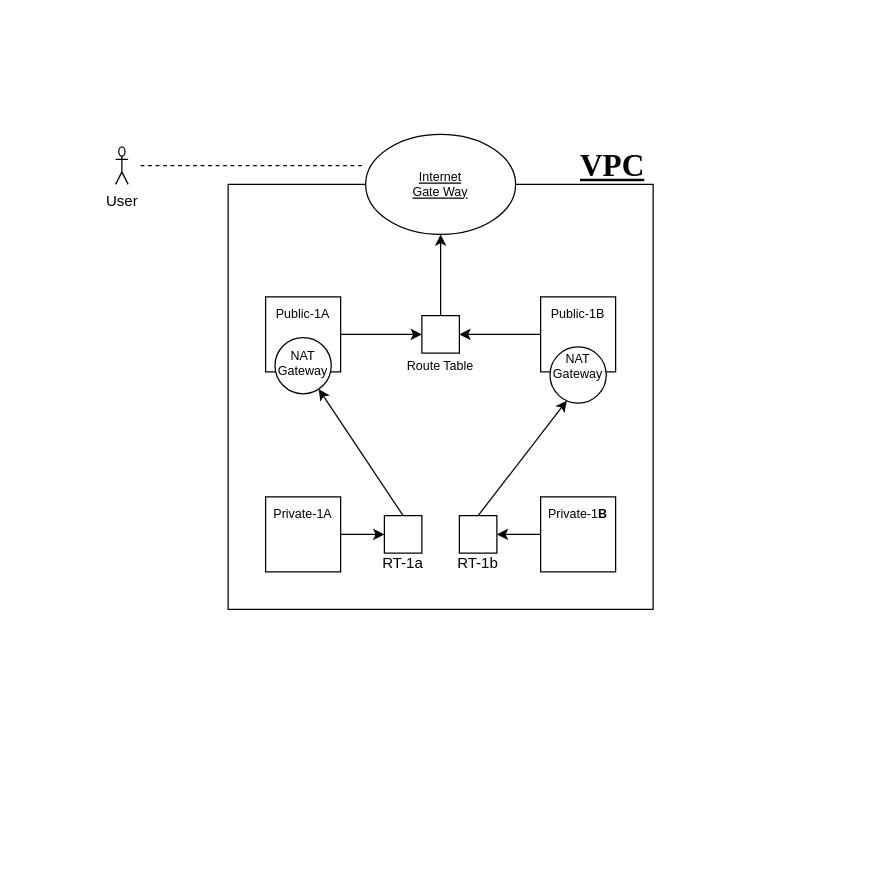
The draw.io diagram VPC Diagram.drawio in amithvardhan1997/Notes, before the edit. Source tidied: cells renumbered, new cells numbered last; positions are measured from the earlier drawing's top-left corner, leaving out a move shared by most shapes. Both pictures are drawn from the tidied source at 125%, with x=0, y=0 at pixel (115, 134).
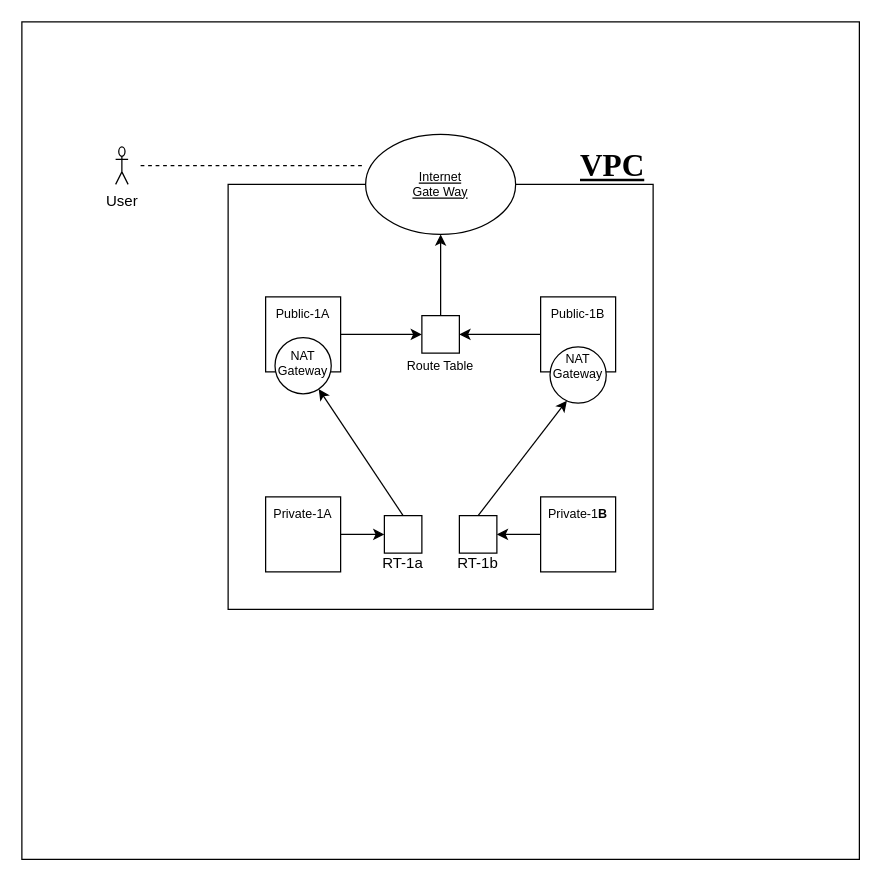
Above is the later version.

What changed in the source:
```diff
@@
+    <mxCell id="33" style="whiteSpace=wrap;html=1;" parent="1" vertex="1">
+      <mxGeometry x="-75" y="-90" width="670" height="670" as="geometry" />
+    </mxCell>
```
